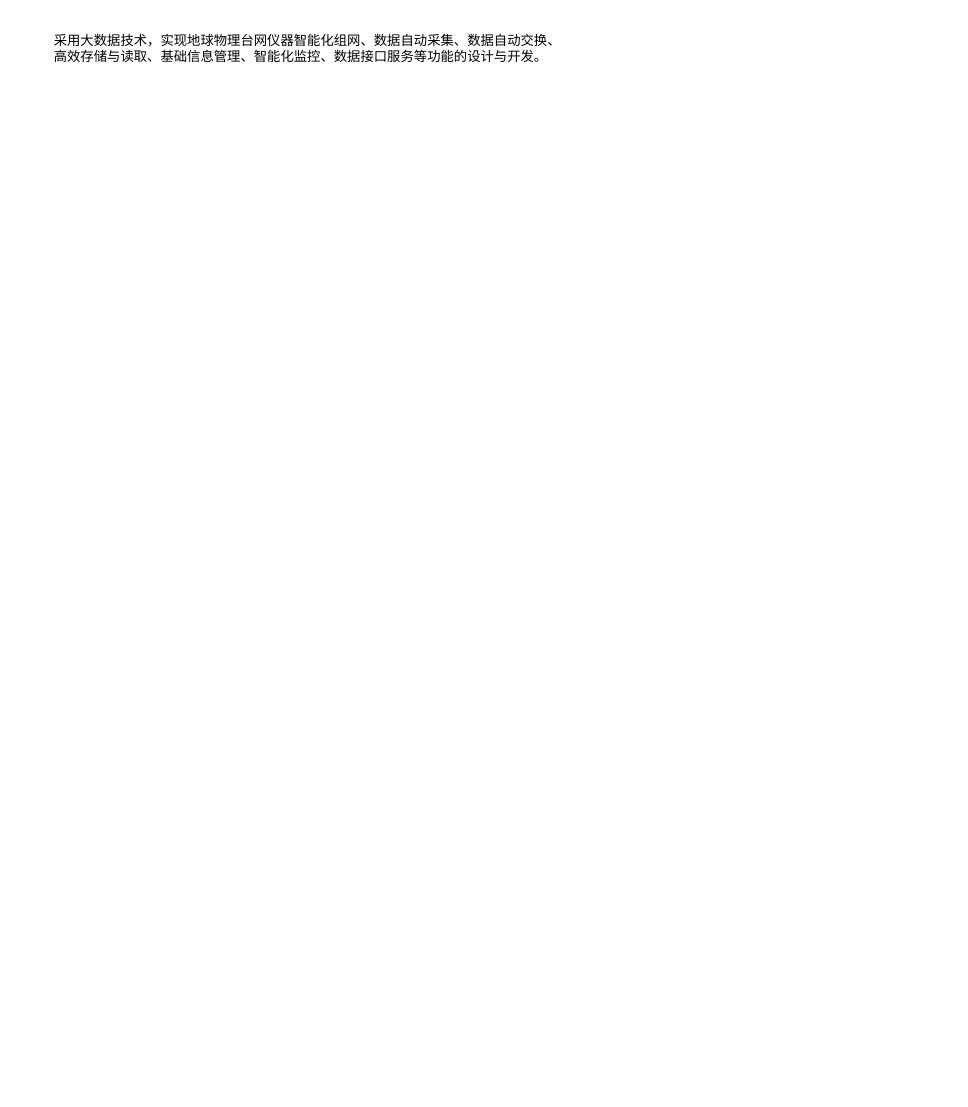
Above: page "数据管理系统" (7 of 9) of drawio/eq_tb.drawio in raingnight/Blog_Pic (draw.io), before the change. Source tidied: cells renumbered, new cells numbered last; positions are measured from the earlier drawing's top-left corner, leaving out a move shared by most shapes. Both pictures are drawn from the tidied source at 91%, with x=0, y=0 at pixel (52, 15).
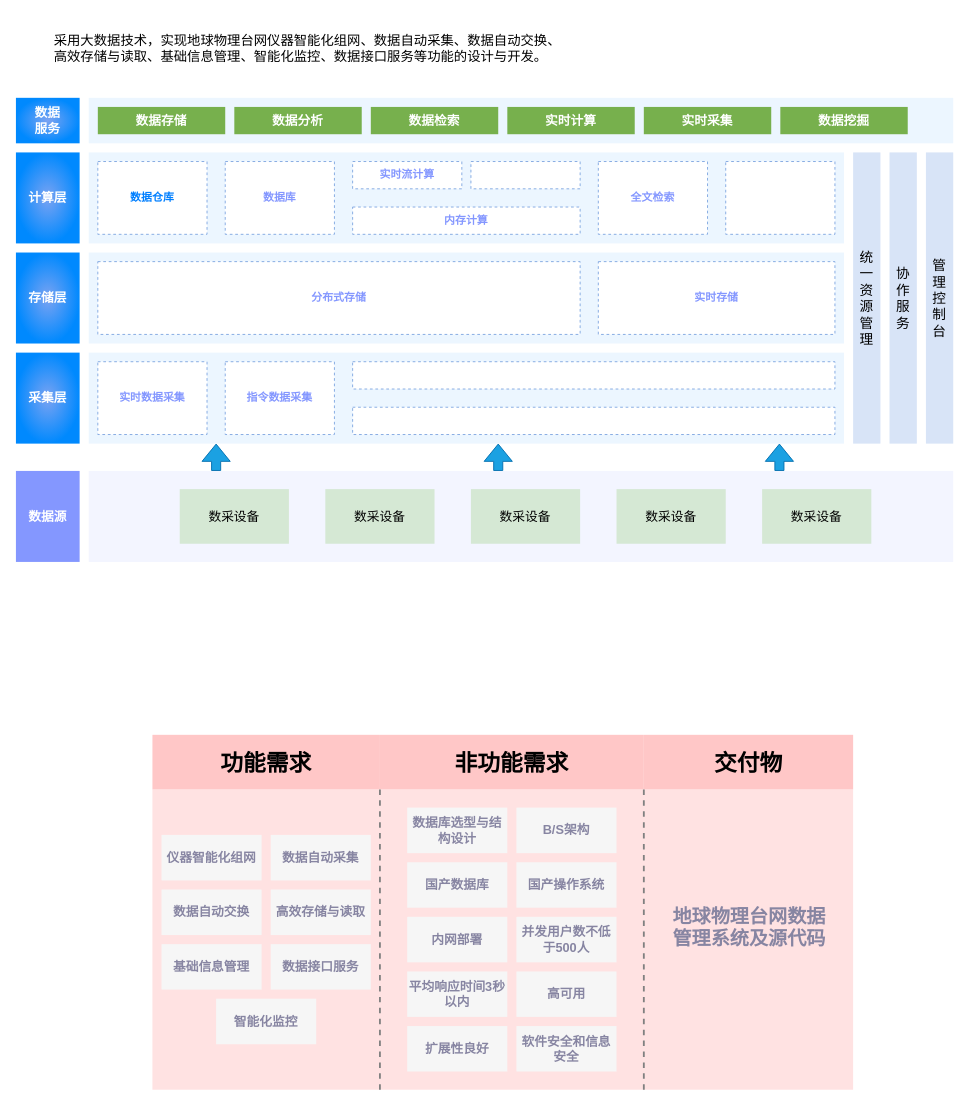
The same diagram, later.

Change to the diagram source:
```diff
@@
+    <mxCell id="3" style="rounded=0;whiteSpace=wrap;html=1;fillColor=#FFE2E2;strokeColor=none;" parent="1" vertex="1">
+      <mxGeometry x="110" y="850" width="770" height="330" as="geometry" />
+    </mxCell>
@@
+    <mxCell id="4" style="rounded=0;whiteSpace=wrap;html=1;fillColor=#f3f5ff;strokeColor=none;" parent="1" vertex="1">
+      <mxGeometry x="40" y="500" width="950" height="100" as="geometry" />
+    </mxCell>
+    <mxCell id="5" style="rounded=0;whiteSpace=wrap;html=1;fillColor=#ecf6ff;strokeColor=none;" parent="1" vertex="1">
+      <mxGeometry x="40" y="370" width="830" height="100" as="geometry" />
+    </mxCell>
+    <mxCell id="6" style="rounded=0;whiteSpace=wrap;html=1;fillColor=#ecf6ff;strokeColor=none;" parent="1" vertex="1">
+      <mxGeometry x="40" y="260" width="830" height="100" as="geometry" />
+    </mxCell>
+    <mxCell id="7" style="rounded=0;whiteSpace=wrap;html=1;fillColor=#ecf6ff;strokeColor=none;" parent="1" vertex="1">
+      <mxGeometry x="40" y="150" width="830" height="100" as="geometry" />
+    </mxCell>
+    <mxCell id="8" style="rounded=0;whiteSpace=wrap;html=1;fillColor=#ecf6ff;strokeColor=none;" parent="1" vertex="1">
+      <mxGeometry x="40" y="90" width="950" height="50" as="geometry" />
+    </mxCell>
+    <mxCell id="9" value="&lt;font color=&quot;#007fff&quot;&gt;数据仓库&lt;/font&gt;" style="rounded=0;whiteSpace=wrap;html=1;dashed=1;strokeColor=#7EA6E0;fontColor=#8497FF;fontStyle=1;" parent="1" vertex="1">
+      <mxGeometry x="50" y="160" width="120" height="80" as="geometry" />
+    </mxCell>
+    <mxCell id="10" value="数据库" style="rounded=0;whiteSpace=wrap;html=1;dashed=1;strokeColor=#7EA6E0;align=center;verticalAlign=middle;fontFamily=Helvetica;fontSize=12;fontColor=#8497FF;fontStyle=1;fillColor=default;" parent="1" vertex="1">
+      <mxGeometry x="190" y="160" width="120" height="80" as="geometry" />
+    </mxCell>
+    <mxCell id="11" value="实时流计算" style="rounded=0;whiteSpace=wrap;html=1;dashed=1;strokeColor=#7EA6E0;align=center;verticalAlign=middle;fontFamily=Helvetica;fontSize=12;fontColor=#8497FF;fontStyle=1;fillColor=default;" parent="1" vertex="1">
+      <mxGeometry x="330" y="160" width="120" height="30" as="geometry" />
+    </mxCell>
+    <mxCell id="12" style="rounded=0;whiteSpace=wrap;html=1;dashed=1;strokeColor=#7EA6E0;" parent="1" vertex="1">
+      <mxGeometry x="460" y="160" width="120" height="30" as="geometry" />
+    </mxCell>
+    <mxCell id="13" value="内存计算" style="rounded=0;whiteSpace=wrap;html=1;dashed=1;strokeColor=#7EA6E0;align=center;verticalAlign=middle;fontFamily=Helvetica;fontSize=12;fontColor=#8497FF;fontStyle=1;fillColor=default;" parent="1" vertex="1">
+      <mxGeometry x="330" y="210" width="250" height="30" as="geometry" />
+    </mxCell>
+    <mxCell id="14" value="全文检索" style="rounded=0;whiteSpace=wrap;html=1;dashed=1;strokeColor=#7EA6E0;align=center;verticalAlign=middle;fontFamily=Helvetica;fontSize=12;fontColor=#8497FF;fontStyle=1;fillColor=default;" parent="1" vertex="1">
+      <mxGeometry x="600" y="160" width="120" height="80" as="geometry" />
+    </mxCell>
+    <mxCell id="15" style="rounded=0;whiteSpace=wrap;html=1;dashed=1;strokeColor=#7EA6E0;" parent="1" vertex="1">
+      <mxGeometry x="740" y="160" width="120" height="80" as="geometry" />
+    </mxCell>
+    <mxCell id="16" value="分布式存储" style="rounded=0;whiteSpace=wrap;html=1;dashed=1;strokeColor=#7EA6E0;align=center;verticalAlign=middle;fontFamily=Helvetica;fontSize=12;fontColor=#8497FF;fontStyle=1;fillColor=default;" parent="1" vertex="1">
+      <mxGeometry x="50" y="270" width="530" height="80" as="geometry" />
+    </mxCell>
+    <mxCell id="17" value="实时存储" style="rounded=0;whiteSpace=wrap;html=1;dashed=1;strokeColor=#7EA6E0;align=center;verticalAlign=middle;fontFamily=Helvetica;fontSize=12;fontColor=#8497FF;fontStyle=1;fillColor=default;" parent="1" vertex="1">
+      <mxGeometry x="600" y="270" width="260" height="80" as="geometry" />
+    </mxCell>
+    <mxCell id="18" value="实时数据采集" style="rounded=0;whiteSpace=wrap;html=1;dashed=1;strokeColor=#7EA6E0;align=center;verticalAlign=middle;fontFamily=Helvetica;fontSize=12;fontColor=#8497FF;fontStyle=1;fillColor=default;" parent="1" vertex="1">
+      <mxGeometry x="50" y="380" width="120" height="80" as="geometry" />
+    </mxCell>
+    <mxCell id="19" value="指令数据采集" style="rounded=0;whiteSpace=wrap;html=1;dashed=1;strokeColor=#7EA6E0;align=center;verticalAlign=middle;fontFamily=Helvetica;fontSize=12;fontColor=#8497FF;fontStyle=1;fillColor=default;" parent="1" vertex="1">
+      <mxGeometry x="190" y="380" width="120" height="80" as="geometry" />
+    </mxCell>
+    <mxCell id="20" style="rounded=0;whiteSpace=wrap;html=1;dashed=1;strokeColor=#7EA6E0;" parent="1" vertex="1">
+      <mxGeometry x="330" y="380" width="530" height="30" as="geometry" />
+    </mxCell>
+    <mxCell id="21" style="rounded=0;whiteSpace=wrap;html=1;dashed=1;strokeColor=#7EA6E0;" parent="1" vertex="1">
+      <mxGeometry x="330" y="430" width="530" height="30" as="geometry" />
+    </mxCell>
+    <mxCell id="22" value="数据存储" style="rounded=0;whiteSpace=wrap;html=1;strokeColor=none;fillColor=#77b04d;fontSize=14;fontStyle=1;fontColor=#FFFFFF;" parent="1" vertex="1">
+      <mxGeometry x="50" y="100" width="140" height="30" as="geometry" />
+    </mxCell>
+    <mxCell id="23" value="数据分析" style="rounded=0;whiteSpace=wrap;html=1;strokeColor=none;fillColor=#77b04d;fontSize=14;fontStyle=1;fontColor=#FFFFFF;" parent="1" vertex="1">
+      <mxGeometry x="200" y="100" width="140" height="30" as="geometry" />
+    </mxCell>
+    <mxCell id="24" value="数据检索" style="rounded=0;whiteSpace=wrap;html=1;strokeColor=none;fillColor=#77b04d;fontSize=14;fontStyle=1;fontColor=#FFFFFF;" parent="1" vertex="1">
+      <mxGeometry x="350" y="100" width="140" height="30" as="geometry" />
+    </mxCell>
+    <mxCell id="25" value="实时计算" style="rounded=0;whiteSpace=wrap;html=1;strokeColor=none;fillColor=#77b04d;fontSize=14;fontStyle=1;fontColor=#FFFFFF;" parent="1" vertex="1">
+      <mxGeometry x="500" y="100" width="140" height="30" as="geometry" />
+    </mxCell>
+    <mxCell id="26" value="实时采集" style="rounded=0;whiteSpace=wrap;html=1;strokeColor=none;fillColor=#77b04d;fontSize=14;fontStyle=1;fontColor=#FFFFFF;" parent="1" vertex="1">
+      <mxGeometry x="650" y="100" width="140" height="30" as="geometry" />
+    </mxCell>
+    <mxCell id="27" value="数据挖掘" style="rounded=0;whiteSpace=wrap;html=1;strokeColor=none;fillColor=#77b04d;fontSize=14;fontStyle=1;fontColor=#FFFFFF;" parent="1" vertex="1">
+      <mxGeometry x="800" y="100" width="140" height="30" as="geometry" />
+    </mxCell>
+    <mxCell id="28" value="统一资源管理" style="rounded=0;whiteSpace=wrap;html=1;horizontal=1;fontSize=15;fillColor=#d8e4f7;strokeColor=none;" parent="1" vertex="1">
+      <mxGeometry x="880" y="150" width="30" height="320" as="geometry" />
+    </mxCell>
+    <mxCell id="29" value="协作服务" style="rounded=0;whiteSpace=wrap;html=1;horizontal=1;fontSize=15;fillColor=#d8e4f7;strokeColor=none;" parent="1" vertex="1">
+      <mxGeometry x="920" y="150" width="30" height="320" as="geometry" />
+    </mxCell>
+    <mxCell id="30" value="管理控制台" style="rounded=0;whiteSpace=wrap;html=1;horizontal=1;fontSize=15;fillColor=#d8e4f7;strokeColor=none;" parent="1" vertex="1">
+      <mxGeometry x="960" y="150" width="30" height="320" as="geometry" />
+    </mxCell>
+    <mxCell id="31" value="数据&lt;div style=&quot;font-size: 14px;&quot;&gt;服务&lt;/div&gt;" style="rounded=0;whiteSpace=wrap;html=1;fontSize=14;fontStyle=1;labelBackgroundColor=none;gradientColor=#0089fe;fillColor=#7ba3f2;gradientDirection=radial;fontColor=#FFFFFF;strokeColor=none;" parent="1" vertex="1">
+      <mxGeometry x="-40" y="90" width="70" height="50" as="geometry" />
+    </mxCell>
+    <mxCell id="32" value="计算层" style="rounded=0;whiteSpace=wrap;html=1;fontSize=14;fontStyle=1;labelBackgroundColor=none;gradientColor=#0089fe;fillColor=#7ba3f2;gradientDirection=radial;fontColor=#FFFFFF;strokeColor=none;" parent="1" vertex="1">
+      <mxGeometry x="-40" y="150" width="70" height="100" as="geometry" />
+    </mxCell>
+    <mxCell id="33" value="存储层" style="rounded=0;whiteSpace=wrap;html=1;fontSize=14;fontStyle=1;labelBackgroundColor=none;gradientColor=#0089fe;fillColor=#7ba3f2;gradientDirection=radial;fontColor=#FFFFFF;strokeColor=none;" parent="1" vertex="1">
+      <mxGeometry x="-40" y="260" width="70" height="100" as="geometry" />
+    </mxCell>
+    <mxCell id="34" value="采集层" style="rounded=0;whiteSpace=wrap;html=1;fontSize=14;fontStyle=1;labelBackgroundColor=none;gradientColor=#0089fe;fillColor=#7ba3f2;gradientDirection=radial;fontColor=#FFFFFF;strokeColor=none;" parent="1" vertex="1">
+      <mxGeometry x="-40" y="370" width="70" height="100" as="geometry" />
+    </mxCell>
+    <mxCell id="35" value="数据源" style="rounded=0;whiteSpace=wrap;html=1;fontSize=14;fontStyle=1;labelBackgroundColor=none;gradientColor=none;fillColor=#8497ff;gradientDirection=radial;fontColor=#FFFFFF;strokeColor=none;" parent="1" vertex="1">
+      <mxGeometry x="-40" y="500" width="70" height="100" as="geometry" />
+    </mxCell>
+    <mxCell id="36" value="数采设备" style="rounded=0;whiteSpace=wrap;html=1;flipH=0;strokeColor=none;fontSize=14;fillColor=#d5e8d4;" parent="1" vertex="1">
+      <mxGeometry x="140" y="520" width="120" height="60" as="geometry" />
+    </mxCell>
+    <mxCell id="37" value="数采设备" style="rounded=0;whiteSpace=wrap;html=1;flipH=0;strokeColor=none;fontSize=14;fillColor=#d5e8d4;" parent="1" vertex="1">
+      <mxGeometry x="300" y="520" width="120" height="60" as="geometry" />
+    </mxCell>
+    <mxCell id="38" value="数采设备" style="rounded=0;whiteSpace=wrap;html=1;flipH=0;strokeColor=none;fontSize=14;fillColor=#d5e8d4;" parent="1" vertex="1">
+      <mxGeometry x="460" y="520" width="120" height="60" as="geometry" />
+    </mxCell>
+    <mxCell id="39" value="数采设备" style="rounded=0;whiteSpace=wrap;html=1;flipH=0;strokeColor=none;fontSize=14;fillColor=#d5e8d4;" parent="1" vertex="1">
+      <mxGeometry x="620" y="520" width="120" height="60" as="geometry" />
+    </mxCell>
+    <mxCell id="40" value="数采设备" style="rounded=0;whiteSpace=wrap;html=1;flipH=0;strokeColor=none;fontSize=14;fillColor=#d5e8d4;" parent="1" vertex="1">
+      <mxGeometry x="780" y="520" width="120" height="60" as="geometry" />
+    </mxCell>
+    <mxCell id="41" style="shape=flexArrow;endArrow=classic;html=1;rounded=0;fillColor=#1ba1e2;strokeColor=#006EAF;" parent="1" edge="1">
+      <mxGeometry relative="1" as="geometry">
+        <mxPoint x="180" y="500" as="sourcePoint" />
+        <mxPoint x="180" y="470" as="targetPoint" />
+      </mxGeometry>
+    </mxCell>
+    <mxCell id="42" style="shape=flexArrow;endArrow=classic;html=1;rounded=0;fillColor=#1ba1e2;strokeColor=#006EAF;" parent="1" edge="1">
+      <mxGeometry relative="1" as="geometry">
+        <mxPoint x="490" y="500" as="sourcePoint" />
+        <mxPoint x="490" y="470" as="targetPoint" />
+      </mxGeometry>
+    </mxCell>
+    <mxCell id="43" style="shape=flexArrow;endArrow=classic;html=1;rounded=0;fillColor=#1ba1e2;strokeColor=#006EAF;" parent="1" edge="1">
+      <mxGeometry relative="1" as="geometry">
+        <mxPoint x="799" y="500" as="sourcePoint" />
+        <mxPoint x="799" y="470" as="targetPoint" />
+      </mxGeometry>
+    </mxCell>
+    <mxCell id="44" value="功能需求" style="rounded=0;whiteSpace=wrap;html=1;fillColor=#FFC7C7;strokeColor=none;fontSize=25;fontStyle=1;" parent="1" vertex="1">
+      <mxGeometry x="110" y="790" width="250" height="60" as="geometry" />
+    </mxCell>
+    <mxCell id="45" value="非功能需求" style="rounded=0;whiteSpace=wrap;html=1;fillColor=#FFC7C7;strokeColor=none;fontSize=25;fontStyle=1;" parent="1" vertex="1">
+      <mxGeometry x="360" y="790" width="290" height="60" as="geometry" />
+    </mxCell>
+    <mxCell id="46" value="交付物" style="rounded=0;whiteSpace=wrap;html=1;fillColor=#FFC7C7;strokeColor=none;fontSize=25;fontStyle=1;" parent="1" vertex="1">
+      <mxGeometry x="650" y="790" width="230" height="60" as="geometry" />
+    </mxCell>
+    <mxCell id="47" value="仪器智能化组网" style="rounded=0;whiteSpace=wrap;html=1;fillColor=#F6F6F6;strokeColor=none;fontSize=14;fontStyle=1;fontFamily=Helvetica;fontColor=#8785A2;" parent="1" vertex="1">
+      <mxGeometry x="120" y="900" width="110" height="50" as="geometry" />
+    </mxCell>
+    <mxCell id="48" value="数据自动交换" style="rounded=0;whiteSpace=wrap;html=1;fillColor=#F6F6F6;strokeColor=none;fontSize=14;fontStyle=1;fontFamily=Helvetica;fontColor=#8785A2;" parent="1" vertex="1">
+      <mxGeometry x="120" y="960" width="110" height="50" as="geometry" />
+    </mxCell>
+    <mxCell id="49" value="数据自动采集" style="rounded=0;whiteSpace=wrap;html=1;fillColor=#F6F6F6;strokeColor=none;fontSize=14;fontStyle=1;fontFamily=Helvetica;fontColor=#8785A2;" parent="1" vertex="1">
+      <mxGeometry x="240" y="900" width="110" height="50" as="geometry" />
+    </mxCell>
+    <mxCell id="50" value="高效存储与读取" style="rounded=0;whiteSpace=wrap;html=1;fillColor=#F6F6F6;strokeColor=none;fontSize=14;fontStyle=1;fontFamily=Helvetica;fontColor=#8785A2;" parent="1" vertex="1">
+      <mxGeometry x="240" y="960" width="110" height="50" as="geometry" />
+    </mxCell>
+    <mxCell id="51" value="基础信息管理" style="rounded=0;whiteSpace=wrap;html=1;fillColor=#F6F6F6;strokeColor=none;fontSize=14;fontStyle=1;fontFamily=Helvetica;fontColor=#8785A2;" parent="1" vertex="1">
+      <mxGeometry x="120" y="1020" width="110" height="50" as="geometry" />
+    </mxCell>
+    <mxCell id="52" value="智能化监控" style="rounded=0;whiteSpace=wrap;html=1;fillColor=#F6F6F6;strokeColor=none;fontSize=14;fontStyle=1;fontFamily=Helvetica;fontColor=#8785A2;" parent="1" vertex="1">
+      <mxGeometry x="180" y="1080" width="110" height="50" as="geometry" />
+    </mxCell>
+    <mxCell id="53" value="数据接口服务" style="rounded=0;whiteSpace=wrap;html=1;fillColor=#F6F6F6;strokeColor=none;fontSize=14;fontStyle=1;fontFamily=Helvetica;fontColor=#8785A2;" parent="1" vertex="1">
+      <mxGeometry x="240" y="1020" width="110" height="50" as="geometry" />
+    </mxCell>
+    <mxCell id="54" value="&lt;p class=&quot;MsoNormal&quot; style=&quot;font-size: 14px;&quot;&gt;&lt;span style=&quot;font-size: 14px;&quot;&gt;数据库选型与结构设计&lt;/span&gt;&lt;/p&gt;" style="rounded=0;whiteSpace=wrap;html=1;fillColor=#F6F6F6;strokeColor=none;fontSize=14;fontStyle=1;fontFamily=Helvetica;fontColor=#8785A2;" parent="1" vertex="1">
+      <mxGeometry x="390" y="870" width="110" height="50" as="geometry" />
+    </mxCell>
+    <mxCell id="55" value="&lt;p class=&quot;MsoNormal&quot; style=&quot;font-size: 14px;&quot;&gt;&lt;span style=&quot;font-size: 14px;&quot;&gt;B/S架构&lt;/span&gt;&lt;/p&gt;" style="rounded=0;whiteSpace=wrap;html=1;fillColor=#F6F6F6;strokeColor=none;fontSize=14;fontStyle=1;fontFamily=Helvetica;fontColor=#8785A2;" parent="1" vertex="1">
+      <mxGeometry x="510" y="870" width="110" height="50" as="geometry" />
+    </mxCell>
+    <mxCell id="56" value="&lt;p class=&quot;MsoNormal&quot; style=&quot;font-size: 14px;&quot;&gt;&lt;span style=&quot;font-size: 14px;&quot;&gt;国产数据库&lt;/span&gt;&lt;/p&gt;" style="rounded=0;whiteSpace=wrap;html=1;fillColor=#F6F6F6;strokeColor=none;fontSize=14;fontStyle=1;fontFamily=Helvetica;fontColor=#8785A2;" parent="1" vertex="1">
+      <mxGeometry x="390" y="930" width="110" height="50" as="geometry" />
+    </mxCell>
+    <mxCell id="57" value="&lt;p class=&quot;MsoNormal&quot; style=&quot;font-size: 14px;&quot;&gt;&lt;span style=&quot;font-size: 14px;&quot;&gt;国产操作系统&lt;/span&gt;&lt;/p&gt;" style="rounded=0;whiteSpace=wrap;html=1;fillColor=#F6F6F6;strokeColor=none;fontSize=14;fontStyle=1;fontFamily=Helvetica;fontColor=#8785A2;" parent="1" vertex="1">
+      <mxGeometry x="510" y="930" width="110" height="50" as="geometry" />
+    </mxCell>
+    <mxCell id="58" value="&lt;p class=&quot;MsoNormal&quot; style=&quot;font-size: 14px;&quot;&gt;&lt;span style=&quot;font-size: 14px;&quot;&gt;内网部署&lt;/span&gt;&lt;/p&gt;" style="rounded=0;whiteSpace=wrap;html=1;fillColor=#F6F6F6;strokeColor=none;fontSize=14;fontStyle=1;fontFamily=Helvetica;fontColor=#8785A2;" parent="1" vertex="1">
+      <mxGeometry x="390" y="990" width="110" height="50" as="geometry" />
+    </mxCell>
+    <mxCell id="59" value="&lt;p class=&quot;MsoNormal&quot; style=&quot;font-size: 14px;&quot;&gt;&lt;span style=&quot;font-size: 14px;&quot;&gt;&lt;font style=&quot;font-size: 14px;&quot;&gt;并发用户数不低于&lt;/font&gt;&lt;font style=&quot;font-size: 14px;&quot;&gt;500人&lt;/font&gt;&lt;/span&gt;&lt;/p&gt;" style="rounded=0;whiteSpace=wrap;html=1;fillColor=#F6F6F6;strokeColor=none;fontSize=14;fontStyle=1;fontFamily=Helvetica;fontColor=#8785A2;" parent="1" vertex="1">
+      <mxGeometry x="510" y="990" width="110" height="50" as="geometry" />
+    </mxCell>
+    <mxCell id="60" value="&lt;p class=&quot;MsoNormal&quot; style=&quot;font-size: 14px;&quot;&gt;&lt;span style=&quot;font-size: 14px;&quot;&gt;&lt;font style=&quot;font-size: 14px;&quot;&gt;平均响应时间&lt;/font&gt;&lt;font style=&quot;font-size: 14px;&quot;&gt;3秒以内&lt;/font&gt;&lt;/span&gt;&lt;/p&gt;" style="rounded=0;whiteSpace=wrap;html=1;fillColor=#F6F6F6;strokeColor=none;fontSize=14;fontStyle=1;fontFamily=Helvetica;fontColor=#8785A2;" parent="1" vertex="1">
+      <mxGeometry x="390" y="1050" width="110" height="50" as="geometry" />
+    </mxCell>
+    <mxCell id="61" value="&lt;p class=&quot;MsoNormal&quot; style=&quot;font-size: 14px;&quot;&gt;&lt;span style=&quot;font-size: 14px;&quot;&gt;高可用&lt;/span&gt;&lt;/p&gt;" style="rounded=0;whiteSpace=wrap;html=1;fillColor=#F6F6F6;strokeColor=none;fontSize=14;fontStyle=1;fontFamily=Helvetica;fontColor=#8785A2;" parent="1" vertex="1">
+      <mxGeometry x="510" y="1050" width="110" height="50" as="geometry" />
+    </mxCell>
+    <mxCell id="62" value="&lt;p class=&quot;MsoNormal&quot; style=&quot;font-size: 14px;&quot;&gt;&lt;span style=&quot;font-size: 14px;&quot;&gt;扩展性良好&lt;/span&gt;&lt;/p&gt;" style="rounded=0;whiteSpace=wrap;html=1;fillColor=#F6F6F6;strokeColor=none;fontSize=14;fontStyle=1;fontFamily=Helvetica;fontColor=#8785A2;" parent="1" vertex="1">
+      <mxGeometry x="390" y="1110" width="110" height="50" as="geometry" />
+    </mxCell>
+    <mxCell id="63" value="&lt;p class=&quot;MsoNormal&quot; style=&quot;font-size: 14px;&quot;&gt;&lt;span style=&quot;font-size: 14px;&quot;&gt;软件安全和信息安全&lt;/span&gt;&lt;/p&gt;" style="rounded=0;whiteSpace=wrap;html=1;fillColor=#F6F6F6;strokeColor=none;fontSize=14;fontStyle=1;fontFamily=Helvetica;fontColor=#8785A2;" parent="1" vertex="1">
+      <mxGeometry x="510" y="1110" width="110" height="50" as="geometry" />
+    </mxCell>
+    <mxCell id="64" style="endArrow=none;dashed=1;html=1;rounded=0;strokeWidth=2;strokeColor=#808080;" parent="1" edge="1">
+      <mxGeometry relative="1" as="geometry">
+        <mxPoint x="360" y="1180" as="sourcePoint" />
+        <mxPoint x="360" y="850" as="targetPoint" />
+      </mxGeometry>
+    </mxCell>
+    <mxCell id="65" style="endArrow=none;dashed=1;html=1;rounded=0;strokeWidth=2;strokeColor=#808080;" parent="1" edge="1">
+      <mxGeometry relative="1" as="geometry">
+        <mxPoint x="650" y="1180" as="sourcePoint" />
+        <mxPoint x="650" y="850" as="targetPoint" />
+      </mxGeometry>
+    </mxCell>
+    <mxCell id="66" value="&lt;span style=&quot;color: rgb(135, 133, 162); font-family: Helvetica; font-size: 21px; font-style: normal; font-variant-ligatures: normal; font-variant-caps: normal; font-weight: 700; letter-spacing: normal; orphans: 2; text-align: center; text-indent: 0px; text-transform: none; widows: 2; word-spacing: 0px; -webkit-text-stroke-width: 0px; white-space: normal; text-decoration-thickness: initial; text-decoration-style: initial; text-decoration-color: initial; float: none; display: inline !important;&quot;&gt;地球物理台网数据管理系统及源代码&lt;/span&gt;" style="text;whiteSpace=wrap;html=1;fontSize=21;" parent="1" vertex="1">
+      <mxGeometry x="680" y="970" width="190" height="90" as="geometry" />
+    </mxCell>
```
